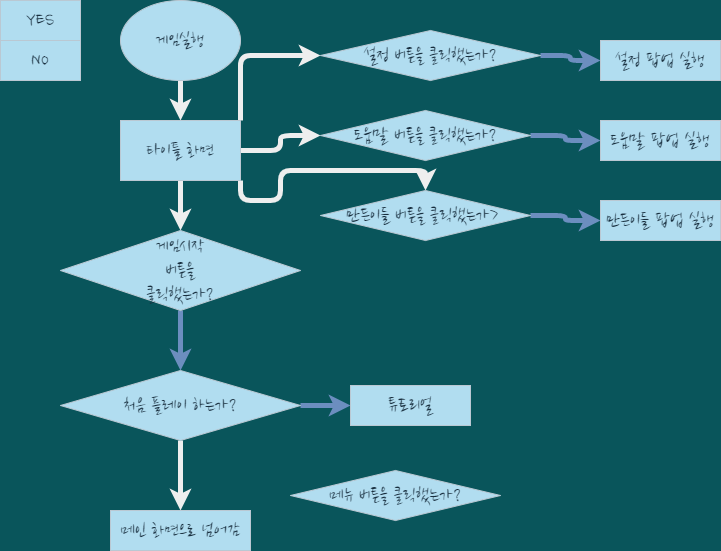
The draw.io diagram gameplay_flowchat.drawio.png in kinesis19/stac_project_SME, before a commit. Source tidied: cells renumbered, new cells last; positions are measured from the earlier drawing's top-left corner, leaving out a move shared by most shapes.
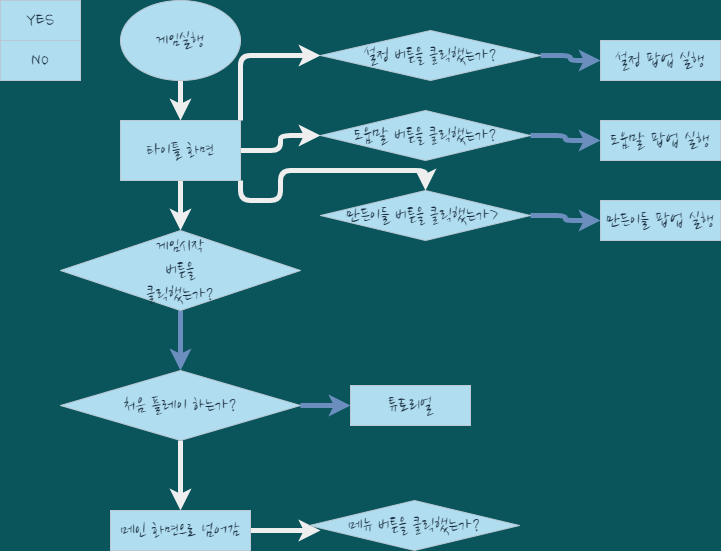
After the commit.

Diff of the diagram source:
```diff
@@ -76,11 +76,14 @@
     <mxCell id="25" value="튜토리얼" style="rounded=0;whiteSpace=wrap;html=1;sketch=0;fontFamily=Nanum Brush Script;fontSource=https%3A%2F%2Ffonts.googleapis.com%2Fcss%3Ffamily%3DNanum%2BBrush%2BScript;fontSize=20;fillColor=#B1DDF0;strokeColor=#BAC8D3;fontColor=#182E3E;" parent="1" vertex="1">
       <mxGeometry x="350" y="385" width="120" height="40" as="geometry" />
     </mxCell>
+    <mxCell id="28" style="edgeStyle=orthogonalEdgeStyle;curved=0;rounded=1;sketch=0;jettySize=auto;html=1;entryX=0.052;entryY=0.6;entryDx=0;entryDy=0;entryPerimeter=0;fontColor=#FFFFFF;strokeColor=#EEEEEE;strokeWidth=5;" parent="1" edge="1" source="26" target="27">
+      <mxGeometry relative="1" as="geometry" />
+    </mxCell>
     <mxCell id="26" value="메인 화면으로 넘어감" style="rounded=0;whiteSpace=wrap;html=1;sketch=0;fontFamily=Nanum Brush Script;fontSource=https%3A%2F%2Ffonts.googleapis.com%2Fcss%3Ffamily%3DNanum%2BBrush%2BScript;fontSize=20;fillColor=#B1DDF0;strokeColor=#BAC8D3;fontColor=#182E3E;" parent="1" vertex="1">
       <mxGeometry x="110" y="510" width="140" height="40" as="geometry" />
     </mxCell>
     <mxCell id="27" value="메뉴 버튼을 클릭했는가?" style="rhombus;whiteSpace=wrap;html=1;rounded=0;sketch=0;fontFamily=Nanum Brush Script;fontSource=https%3A%2F%2Ffonts.googleapis.com%2Fcss%3Ffamily%3DNanum%2BBrush%2BScript;fontSize=20;fillColor=#B1DDF0;strokeColor=#BAC8D3;fontColor=#182E3E;" parent="1" vertex="1">
-      <mxGeometry x="290" y="470" width="210" height="50" as="geometry" />
+      <mxGeometry x="309" y="500" width="210" height="50" as="geometry" />
     </mxCell>
   </root>
 </mxGraphModel>
```
